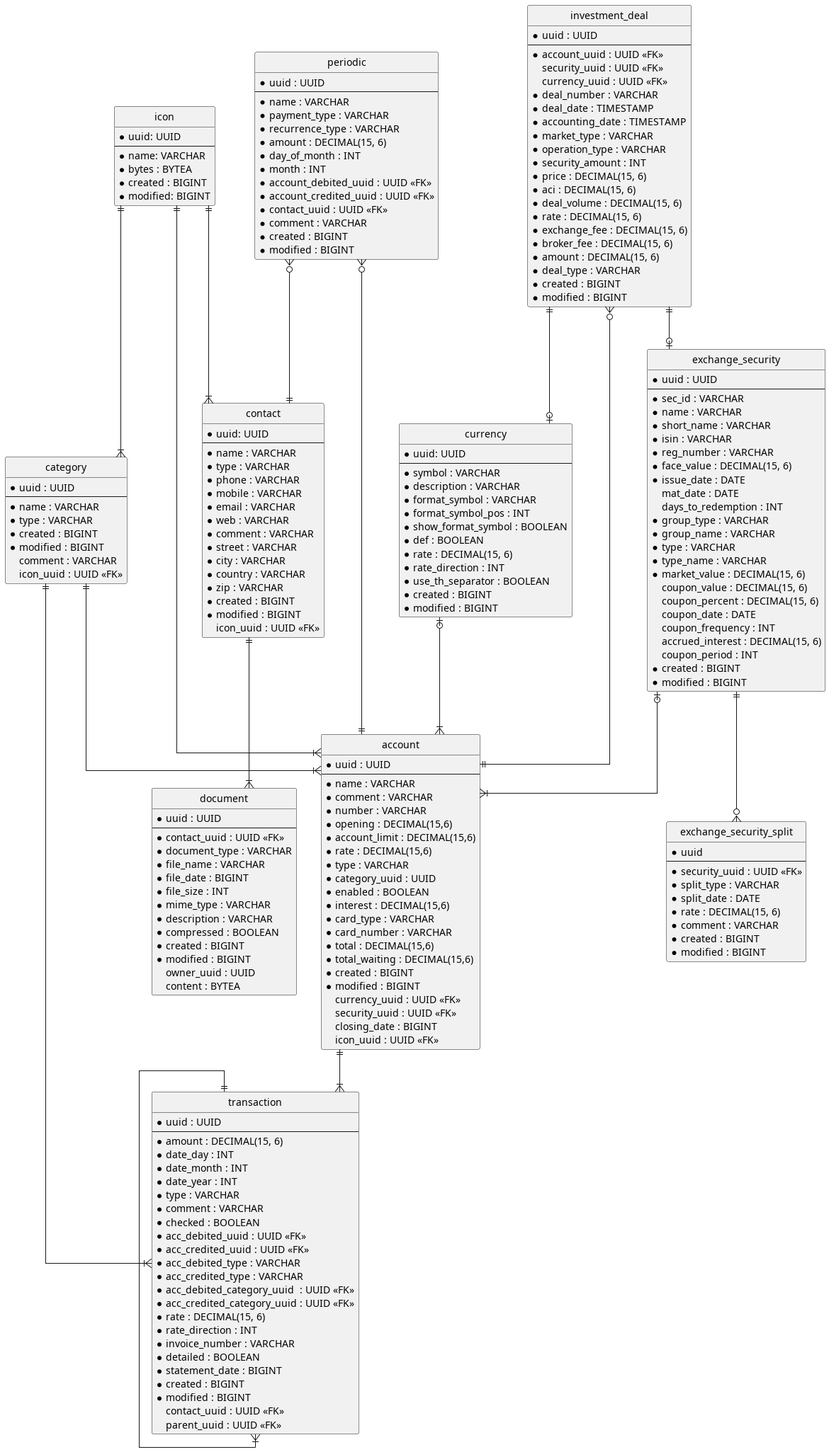
The PlantUML diagram docs/images/schema.png in petr-panteleyev/money-manager, before a commit.
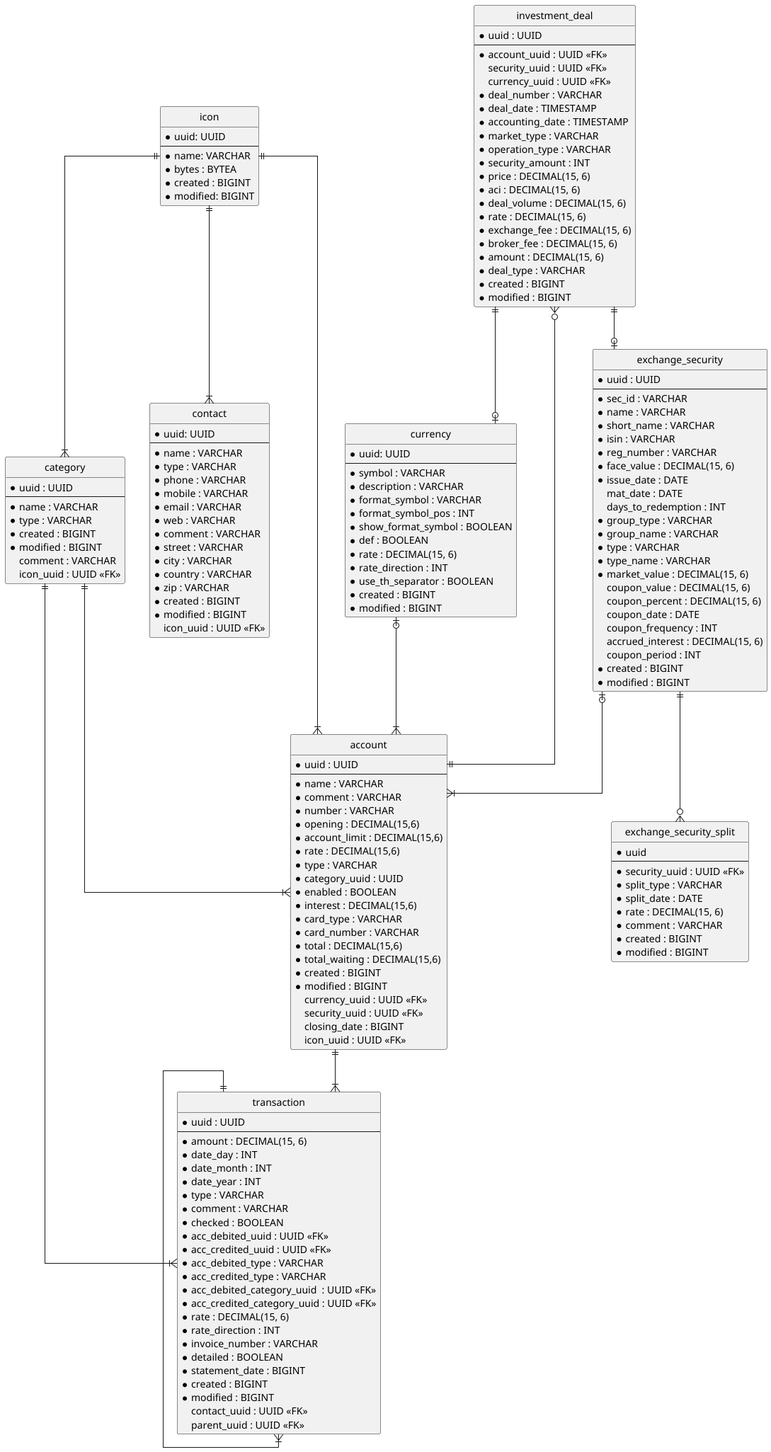
The same file after the commit.

What changed in the source:
```diff
@@ -56,23 +56,6 @@
     * created : BIGINT
     * modified : BIGINT
     icon_uuid : UUID <<FK>>
-}
-
-entity document {
-    * uuid : UUID
-    --
-    * contact_uuid : UUID <<FK>>
-    * document_type : VARCHAR
-    * file_name : VARCHAR
-    * file_date : BIGINT
-    * file_size : INT
-    * mime_type : VARCHAR
-    * description : VARCHAR
-    * compressed : BOOLEAN
-    * created : BIGINT
-    * modified : BIGINT
-    owner_uuid : UUID
-    content : BYTEA
 }
 
 entity account {
@@ -190,31 +173,12 @@
     * modified : BIGINT
 }
 
-entity periodic {
-    * uuid : UUID
-    --
-    * name : VARCHAR
-    * payment_type : VARCHAR
-    * recurrence_type : VARCHAR
-    * amount : DECIMAL(15, 6)
-    * day_of_month : INT
-    * month : INT
-    * account_debited_uuid : UUID <<FK>>
-    * account_credited_uuid : UUID <<FK>>
-    * contact_uuid : UUID <<FK>>
-    * comment : VARCHAR
-    * created : BIGINT
-    * modified : BIGINT
-}
-
 icon ||--|{ category
 icon ||--|{ contact
 icon ||--|{ account
 
 currency |o--|{ account
 exchange_security |o--|{ account
-
-contact ||--|{ document
 
 category ||--|{ account
 category ||--|{ transaction
@@ -229,7 +193,4 @@
 investment_deal ||--o| currency
 investment_deal ||--o| exchange_security
 
-periodic }o--|| account
-periodic }o--|| contact
-
 @enduml
```
